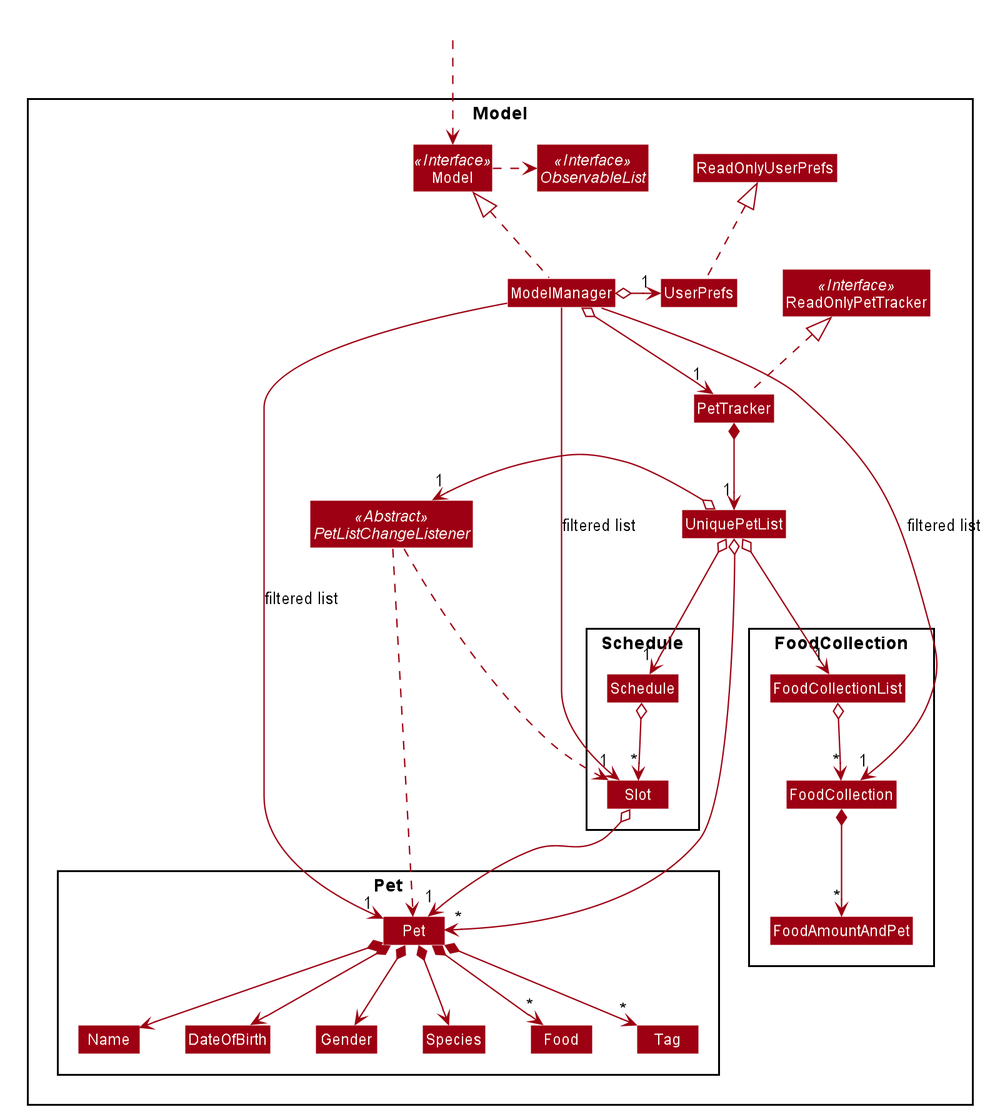
Earlier version of the PlantUML export images/dev-guide/ModelClassDiagram.png (AY1920S2-CS2103-W15-4/main).
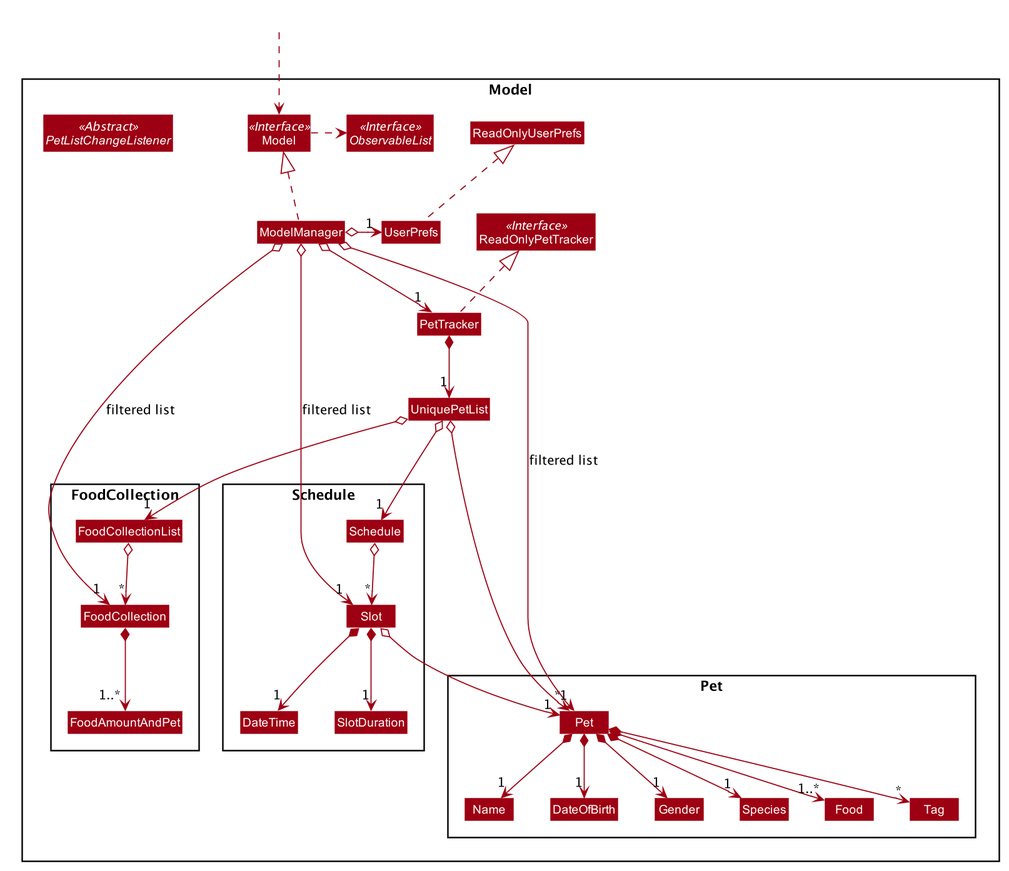
Later version of the same file.

Change to the diagram source:
```diff
@@ -78,6 +78,8 @@
 Package Schedule {
 Class Schedule
 Class Slot
+Class DateTime
+Class SlotDuration
 }
 
 Package FoodCollection {
@@ -103,13 +105,13 @@
 UniquePetList o--> "*" Pet
 UniquePetList o--> "1" FoodCollectionList
 FoodCollectionList o--> "*" FoodCollection
-FoodCollection *--> "*" FoodAmountAndPet
+FoodCollection *--> "1..*" FoodAmountAndPet
 
-Pet *--> Name
-Pet *--> Species
-Pet *--> DateOfBirth
-Pet *--> Gender
-Pet *--> "*" Food
+Pet *--> "1" Name
+Pet *--> "1" Species
+Pet *--> "1" DateOfBirth
+Pet *--> "1" Gender
+Pet *--> "1..*" Food
 Pet *--> "*" Tag
 
 Name -[hidden]right-> DateOfBirth
@@ -117,15 +119,16 @@
 Species -[hidden]right-> Food
 
 UniquePetList o--> "1" Schedule
-UniquePetList o-left-> "1" PetListChangeListener
-PetListChangeListener ..> Pet
-PetListChangeListener ..> Slot
+
+
 Schedule o--> "*" Slot
 Slot o--> "1" Pet
+Slot *--> "1" SlotDuration
+Slot *--> "1" DateTime
 
-ModelManager -->"1" Pet : filtered list
-ModelManager -->"1" Slot : filtered list
-ModelManager -->"1" FoodCollection : filtered list
+ModelManager o-->"1" Pet : filtered list
+ModelManager o-->"1" Slot : filtered list
+ModelManager o-->"1" FoodCollection : filtered list
 
 
 
```
